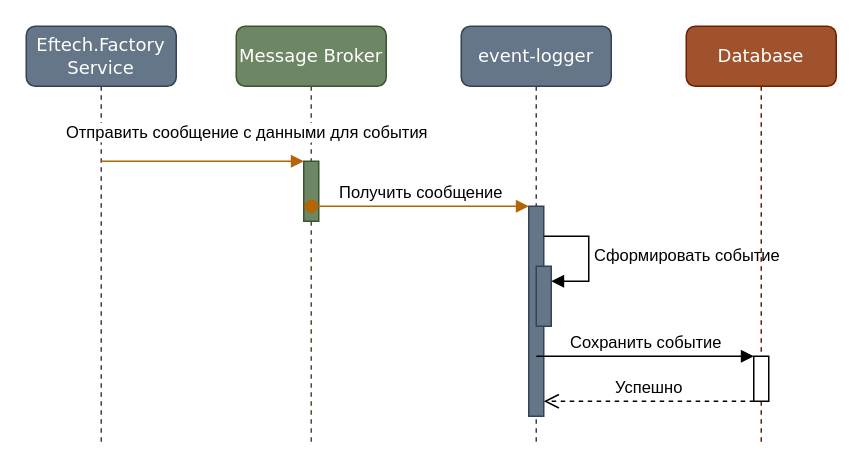
effective-group/docs-drawio keeps this draw.io diagram as page "flow-messages" (1 of 2) of event-logger/flow-messages.drawio. Above is the earlier version. Source tidied: cells renumbered, new cells numbered last; positions are measured from the earlier drawing's top-left corner, leaving out a move shared by most shapes. Both pictures are drawn from the tidied source at 150%, with x=0, y=0 at pixel (26, 26).
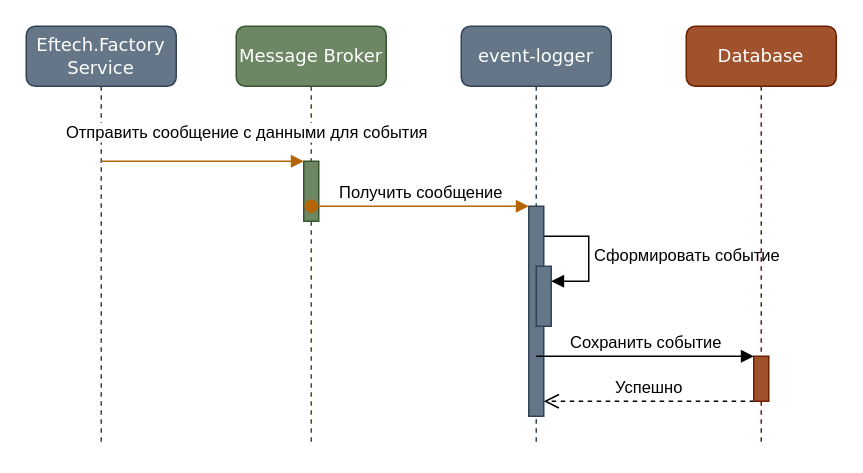
The same page after the edit.

Unchanged cells that the change refers to:
```xml
<mxCell id="9" value="Database" style="shape=umlLifeline;perimeter=lifelinePerimeter;whiteSpace=wrap;html=1;rounded=1;shadow=0;comic=0;labelBackgroundColor=none;strokeWidth=1;fontFamily=Verdana;fontSize=12;align=center;fillColor=#a0522d;fontColor=#ffffff;strokeColor=#6D1F00;" parent="1" vertex="1">
  <mxGeometry x="440" width="100" height="280" as="geometry" />
</mxCell>
```

The edit, as a diff of the source:
```diff
@@
-    <mxCell id="10" style="html=1;points=[];perimeter=orthogonalPerimeter;outlineConnect=0;targetShapes=umlLifeline;portConstraint=eastwest;newEdgeStyle={&quot;edgeStyle&quot;:&quot;elbowEdgeStyle&quot;,&quot;elbow&quot;:&quot;vertical&quot;,&quot;curved&quot;:0,&quot;rounded&quot;:0};" parent="9" vertex="1">
+    <mxCell id="10" style="html=1;points=[];perimeter=orthogonalPerimeter;outlineConnect=0;targetShapes=umlLifeline;portConstraint=eastwest;newEdgeStyle={&quot;edgeStyle&quot;:&quot;elbowEdgeStyle&quot;,&quot;elbow&quot;:&quot;vertical&quot;,&quot;curved&quot;:0,&quot;rounded&quot;:0};fillColor=#a0522d;fontColor=#ffffff;strokeColor=#6D1F00;" parent="9" vertex="1">
       <mxGeometry x="45" y="220" width="10" height="30" as="geometry" />
     </mxCell>
```
